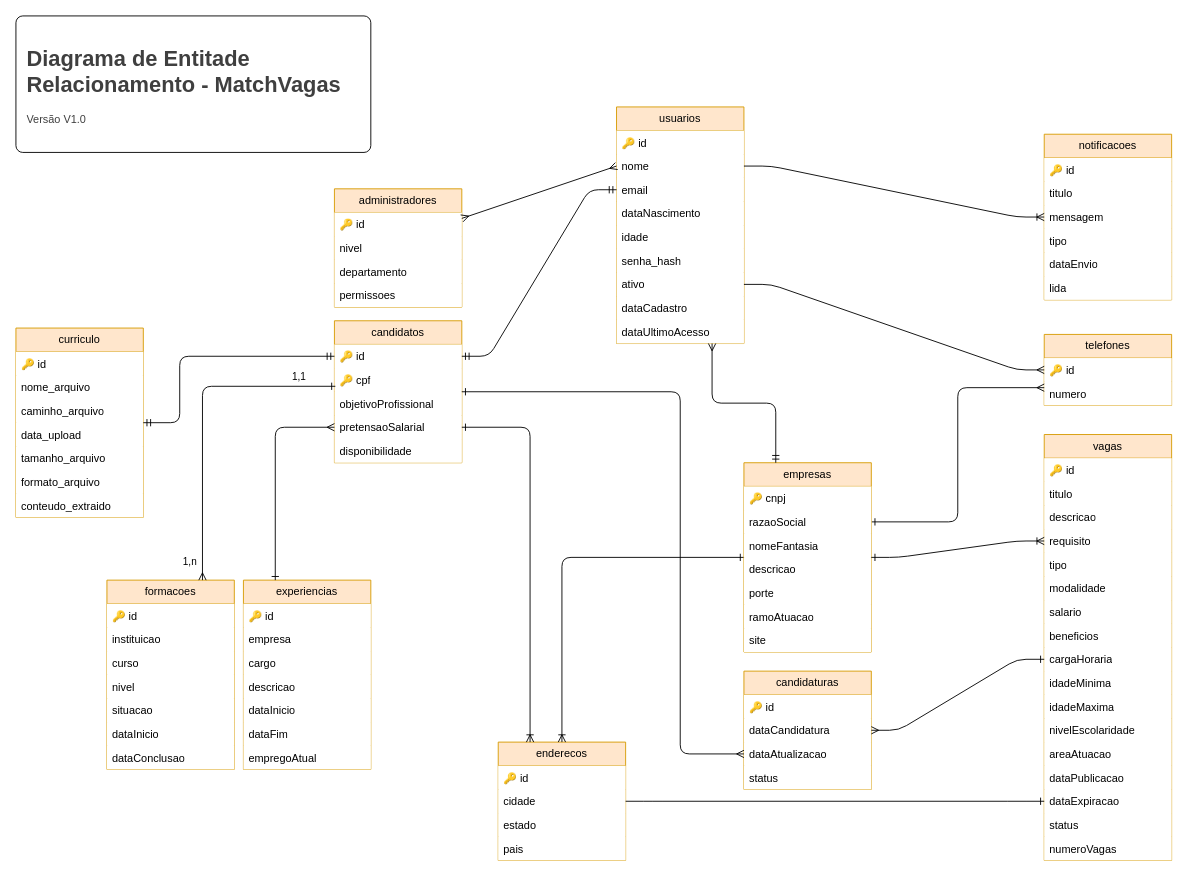
MatchVagas/Documentation keeps this draw.io diagram as page "DER MatchVagas" (1 of 2) of Diagramas/Diagrama Entidade Relacionamento/Diagrama Entidade Relacionamento.dio. Above is the earlier version. Source tidied: cells renumbered, new cells numbered last; positions are measured from the earlier drawing's top-left corner, leaving out a move shared by most shapes. Both pictures are drawn from the tidied source at 91%, with x=0, y=0 at pixel (15, 15).
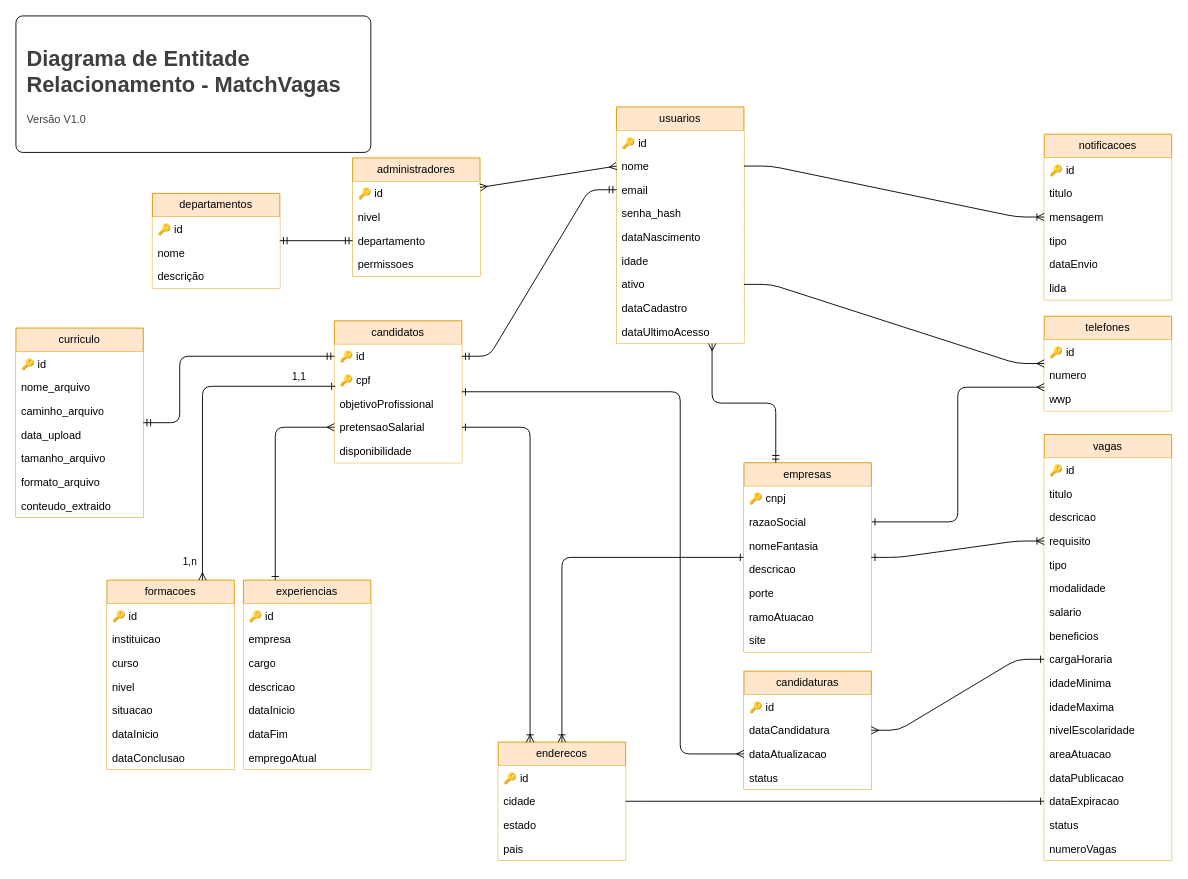
The same page after the edit.

Unchanged cells that the change refers to:
```xml
<mxCell id="2" value="usuarios" style="swimlane;fontStyle=0;horizontal=1;startSize=26;fillColor=#ffe6cc;whiteSpace=wrap;html=1;rounded=0;strokeColor=#d79b00;" parent="1" vertex="1">
  <mxGeometry x="660" y="100" width="140" height="260" as="geometry" />
</mxCell>
<mxCell id="57" value="departamento" style="text;strokeColor=none;fillColor=default;align=left;verticalAlign=top;spacingLeft=4;spacingRight=4;overflow=hidden;points=[[0,0.5],[1,0.5]];portConstraint=eastwest;whiteSpace=wrap;html=1;" parent="54" vertex="1">
  <mxGeometry y="78" width="140" height="26" as="geometry" />
</mxCell>
```

What changed in the source:
```diff
@@
+    <mxCell id="8" value="senha_hash" style="text;strokeColor=none;fillColor=default;align=left;verticalAlign=top;spacingLeft=4;spacingRight=4;overflow=hidden;whiteSpace=wrap;html=1;" parent="2" vertex="1">
+      <mxGeometry y="104" width="140" height="26" as="geometry" />
+    </mxCell>
     <mxCell id="6" value="dataNascimento" style="text;strokeColor=none;fillColor=default;align=left;verticalAlign=top;spacingLeft=4;spacingRight=4;overflow=hidden;whiteSpace=wrap;html=1;" parent="2" vertex="1">
-      <mxGeometry y="104" width="140" height="26" as="geometry" />
+      <mxGeometry y="130" width="140" height="26" as="geometry" />
     </mxCell>
     <mxCell id="7" value="idade" style="text;strokeColor=none;fillColor=default;align=left;verticalAlign=top;spacingLeft=4;spacingRight=4;overflow=hidden;whiteSpace=wrap;html=1;" parent="2" vertex="1">
-      <mxGeometry y="130" width="140" height="26" as="geometry" />
+      <mxGeometry y="156" width="140" height="26" as="geometry" />
     </mxCell>
-    <mxCell id="8" value="senha_hash" style="text;strokeColor=none;fillColor=default;align=left;verticalAlign=top;spacingLeft=4;spacingRight=4;overflow=hidden;whiteSpace=wrap;html=1;" parent="2" vertex="1">
-      <mxGeometry y="156" width="140" height="26" as="geometry" />
-    </mxCell>
@@
     <mxCell id="12" value="telefones" style="swimlane;fontStyle=0;horizontal=1;startSize=26;fillColor=#ffe6cc;whiteSpace=wrap;html=1;strokeColor=#d79b00;" parent="1" vertex="1">
-      <mxGeometry x="1130" y="350" width="140" height="78" as="geometry" />
+      <mxGeometry x="1130" y="330" width="140" height="104" as="geometry" />
     </mxCell>
@@
+    <mxCell id="113" value="wwp" style="text;strokeColor=none;fillColor=default;align=left;verticalAlign=top;spacingLeft=4;spacingRight=4;overflow=hidden;whiteSpace=wrap;html=1;" parent="12" vertex="1">
+      <mxGeometry y="78" width="140" height="26" as="geometry" />
+    </mxCell>
@@
     <mxCell id="54" value="administradores" style="swimlane;fontStyle=0;horizontal=1;startSize=26;fillColor=#ffe6cc;whiteSpace=wrap;html=1;rounded=0;strokeColor=#d79b00;" parent="1" vertex="1">
-      <mxGeometry x="350" y="190" width="140" height="130" as="geometry" />
+      <mxGeometry x="370" y="156" width="140" height="130" as="geometry" />
     </mxCell>
@@
+    <mxCell id="114" value="departamentos" style="swimlane;fontStyle=0;horizontal=1;startSize=26;fillColor=#ffe6cc;whiteSpace=wrap;html=1;rounded=0;strokeColor=#d79b00;" parent="1" vertex="1">
+      <mxGeometry x="150" y="195" width="140" height="104" as="geometry" />
+    </mxCell>
+    <mxCell id="115" value="&lt;span style=&quot;color: rgb(0, 0, 0);&quot;&gt;🔑&lt;/span&gt;&amp;nbsp;id" style="text;align=left;verticalAlign=top;spacingLeft=4;spacingRight=4;overflow=hidden;whiteSpace=wrap;html=1;fillColor=default;labelBorderColor=none;strokeColor=none;" parent="114" vertex="1">
+      <mxGeometry y="26" width="140" height="26" as="geometry" />
+    </mxCell>
+    <mxCell id="116" value="nome" style="text;align=left;verticalAlign=top;spacingLeft=4;spacingRight=4;overflow=hidden;whiteSpace=wrap;html=1;fillColor=default;" parent="114" vertex="1">
+      <mxGeometry y="52" width="140" height="26" as="geometry" />
+    </mxCell>
+    <mxCell id="117" value="descrição" style="text;strokeColor=none;fillColor=default;align=left;verticalAlign=top;spacingLeft=4;spacingRight=4;overflow=hidden;whiteSpace=wrap;html=1;" parent="114" vertex="1">
+      <mxGeometry y="78" width="140" height="26" as="geometry" />
+    </mxCell>
+    <mxCell id="118" style="html=1;entryX=0;entryY=0.5;entryDx=0;entryDy=0;exitX=1;exitY=0.5;exitDx=0;exitDy=0;startArrow=ERmandOne;startFill=0;endArrow=ERmandOne;endFill=0;" parent="1" edge="1" source="114" target="57">
+      <mxGeometry relative="1" as="geometry" />
+    </mxCell>
```
